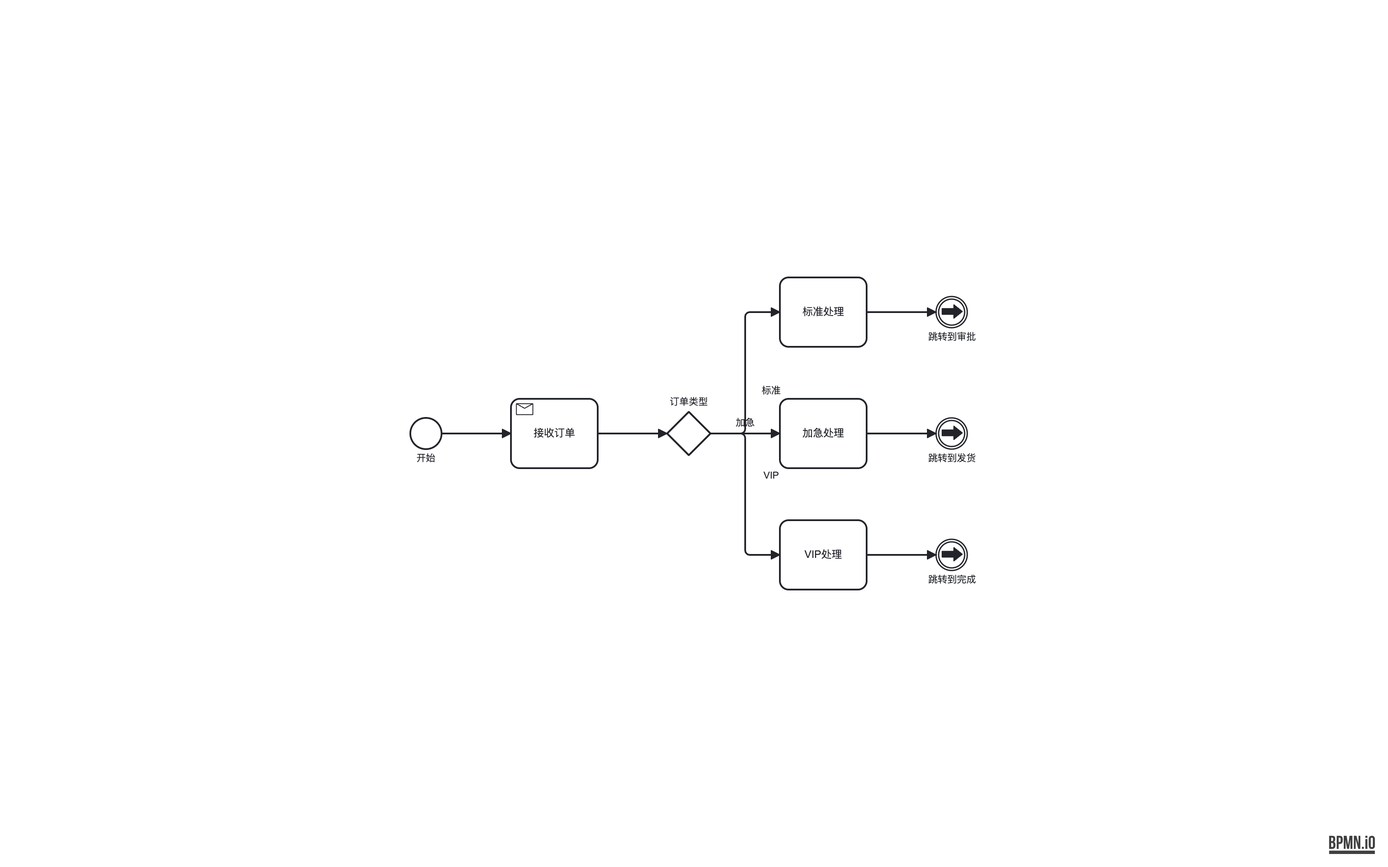
The BPMN diagram out-bpmn-png/15-link-events.png in LcpMarvel/tramito-layout, before a commit. Its source is kept beside it as out-xml/15-link-events.bpmn. Ids are renumbered.
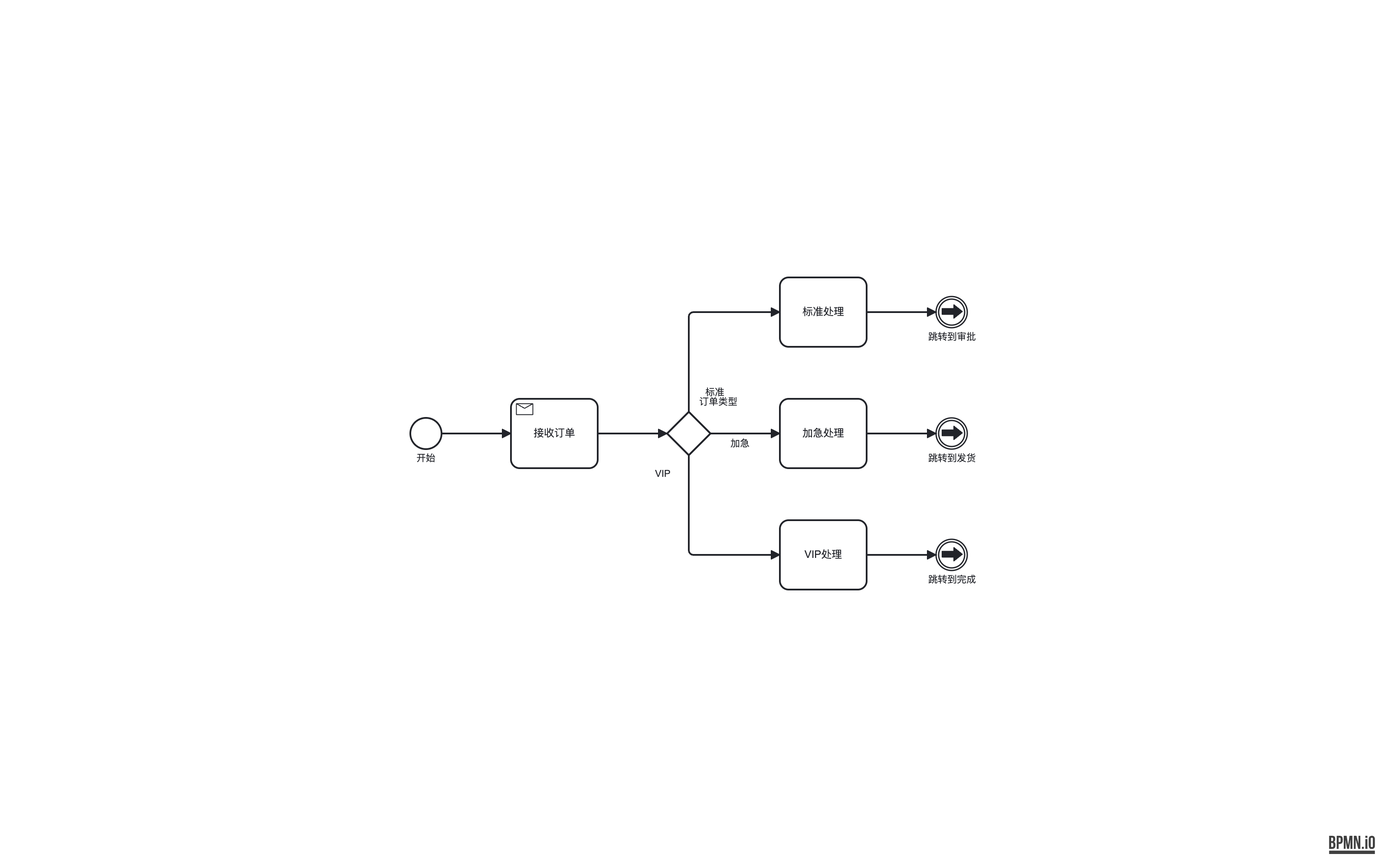
After the commit.

What changed in the source:
```diff
@@ -126,7 +126,7 @@
       <bpmndi:BPMNShape id="gateway_order_type_di" bpmnElement="gateway_order_type">
         <dc:Bounds x="358" y="187" width="50" height="50" />
         <bpmndi:BPMNLabel>
-          <dc:Bounds x="355" y="169" width="56" height="14" />
+          <dc:Bounds x="389" y="169" width="56" height="14" />
         </bpmndi:BPMNLabel>
       </bpmndi:BPMNShape>
       <bpmndi:BPMNShape id="task_standard_process_di" bpmnElement="task_standard_process">
@@ -165,28 +165,26 @@
         <di:waypoint x="358" y="212" />
       </bpmndi:BPMNEdge>
       <bpmndi:BPMNEdge id="flow_standard_di" bpmnElement="flow_standard">
-        <di:waypoint x="408" y="212" />
-        <di:waypoint x="448" y="212" />
-        <di:waypoint x="448" y="72" />
+        <di:waypoint x="383" y="187" />
+        <di:waypoint x="383" y="72" />
         <di:waypoint x="488" y="72" />
         <bpmndi:BPMNLabel>
-          <dc:Bounds x="453" y="156" width="50" height="14" />
+          <dc:Bounds x="388" y="158" width="50" height="14" />
         </bpmndi:BPMNLabel>
       </bpmndi:BPMNEdge>
       <bpmndi:BPMNEdge id="flow_express_di" bpmnElement="flow_express">
         <di:waypoint x="408" y="212" />
         <di:waypoint x="488" y="212" />
         <bpmndi:BPMNLabel>
-          <dc:Bounds x="423" y="193" width="50" height="14" />
+          <dc:Bounds x="417" y="217" width="50" height="14" />
         </bpmndi:BPMNLabel>
       </bpmndi:BPMNEdge>
       <bpmndi:BPMNEdge id="flow_vip_di" bpmnElement="flow_vip">
-        <di:waypoint x="408" y="212" />
-        <di:waypoint x="448" y="212" />
-        <di:waypoint x="448" y="352" />
+        <di:waypoint x="383" y="237" />
+        <di:waypoint x="383" y="352" />
         <di:waypoint x="488" y="352" />
         <bpmndi:BPMNLabel>
-          <dc:Bounds x="453" y="254" width="50" height="14" />
+          <dc:Bounds x="328" y="252" width="50" height="14" />
         </bpmndi:BPMNLabel>
       </bpmndi:BPMNEdge>
       <bpmndi:BPMNEdge id="flow_standard_to_link_di" bpmnElement="flow_standard_to_link">
```
